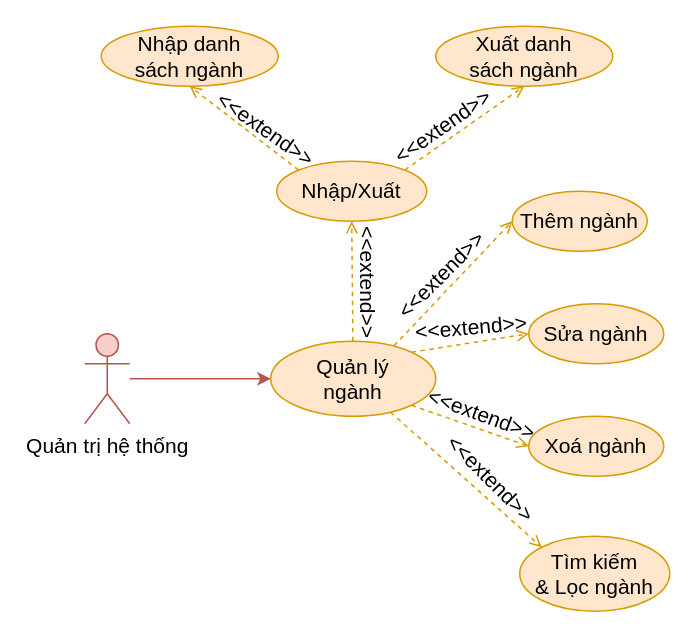
Earlier version of the draw.io diagram document/temp/draw/usecase_phanra/usecase_nganh.drawio (copecute/Edudex-Quiz). Source tidied: cells renumbered, new cells numbered last; positions are measured from the earlier drawing's top-left corner, leaving out a move shared by most shapes. Both pictures are drawn from the tidied source at 150%, with x=0, y=0 at pixel (84, 26).
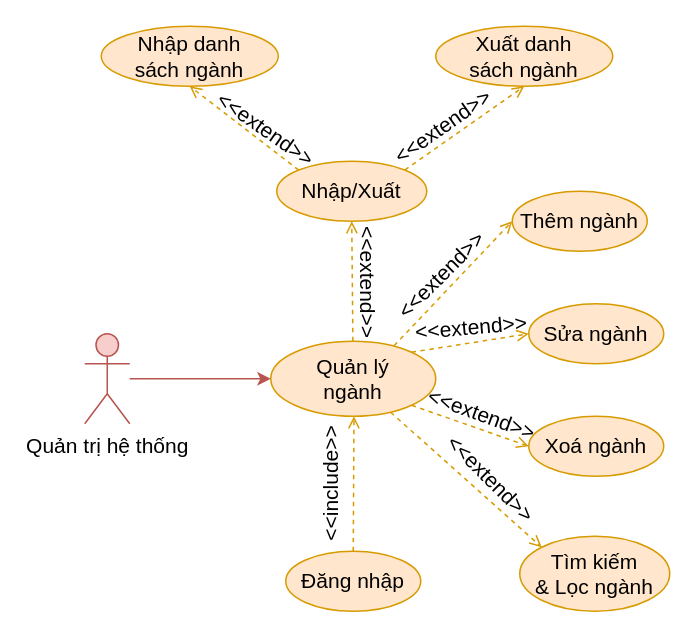
The same diagram, later.

What changed in the source:
```diff
@@
+    <mxCell id="26" style="rounded=0;jettySize=auto;html=1;exitX=0.5;exitY=0;exitDx=0;exitDy=0;entryX=0.5;entryY=1;entryDx=0;entryDy=0;fillColor=#ffe6cc;strokeColor=#d79b00;endArrow=open;endFill=0;dashed=1;" parent="1" edge="1" source="27">
+      <mxGeometry relative="1" as="geometry">
+        <mxPoint x="179.5" y="260" as="targetPoint" />
+      </mxGeometry>
+    </mxCell>
+    <mxCell id="27" value="Đăng nhập" style="ellipse;whiteSpace=wrap;html=1;fillColor=#ffe6cc;strokeColor=#d79b00;fontSize=14;" parent="1" vertex="1">
+      <mxGeometry x="134" y="350" width="90" height="40" as="geometry" />
+    </mxCell>
+    <mxCell id="28" value="&lt;font&gt;&amp;lt;&amp;lt;include&amp;gt;&amp;gt;&lt;/font&gt;" style="text;html=1;strokeColor=none;fillColor=none;align=center;verticalAlign=middle;whiteSpace=wrap;rounded=0;rotation=-90;fontSize=14;" parent="1" vertex="1">
+      <mxGeometry x="134" y="290" width="60" height="30" as="geometry" />
+    </mxCell>
```
